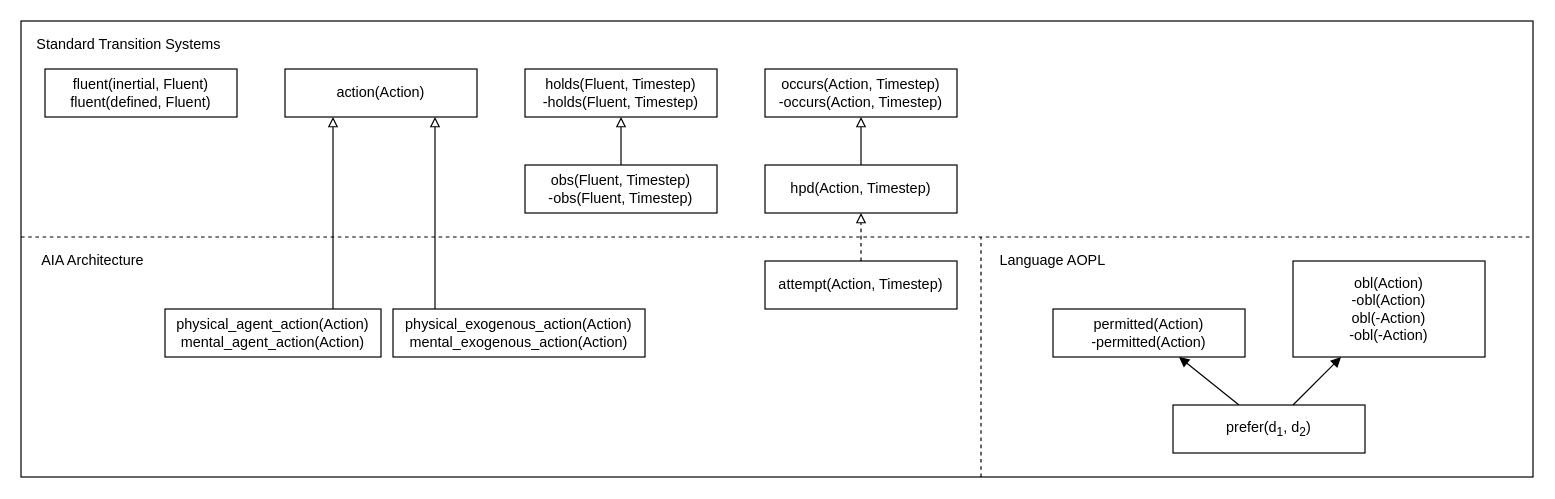
Entze/APIA keeps this draw.io diagram as Figures/APIA_Architecture/Predicate_Names.drawio. Above is the earlier version. Source tidied: cells renumbered, new cells numbered last; positions are measured from the earlier drawing's top-left corner, leaving out a move shared by most shapes. Both pictures are drawn from the tidied source at 120%, with x=0, y=0 at pixel (20, 20).
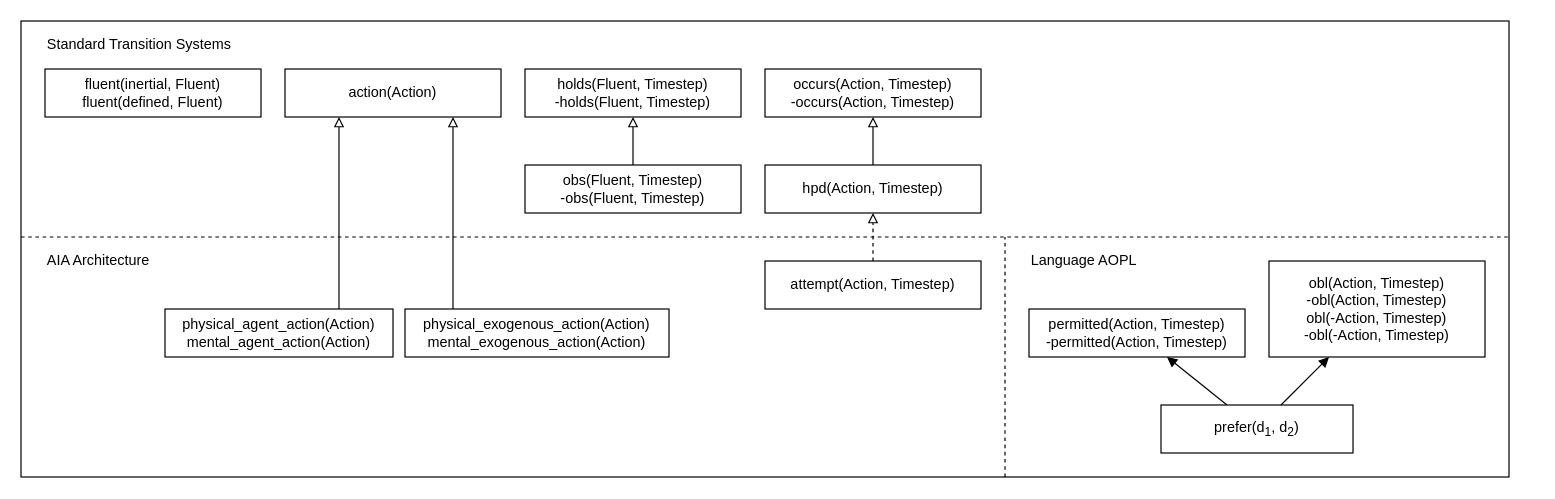
The same page after the edit.

Commit message:
Update 'Predicate_Names' figure

What changed in the source:
```diff
@@
     <mxCell id="2" style="rounded=0;whiteSpace=wrap;html=1;fillColor=none;" parent="1" vertex="1">
-      <mxGeometry width="1260" height="380" as="geometry" />
+      <mxGeometry width="1240" height="380" as="geometry" />
     </mxCell>
     <mxCell id="3" value="&lt;div&gt;occurs(Action, Timestep)&lt;/div&gt;&lt;div&gt;-occurs(Action, Timestep)&lt;/div&gt;" style="rounded=0;whiteSpace=wrap;html=1;" parent="1" vertex="1">
-      <mxGeometry x="620" y="40" width="160" height="40" as="geometry" />
+      <mxGeometry x="620" y="40" width="180" height="40" as="geometry" />
     </mxCell>
-    <mxCell id="4" value="&lt;div&gt;holds(Fluent, Timestep)&lt;/div&gt;&lt;div&gt;-holds(Fluent, Timestep)&lt;/div&gt;" style="rounded=0;whiteSpace=wrap;html=1;" parent="1" vertex="1">
-      <mxGeometry x="420" y="40" width="160" height="40" as="geometry" />
+    <mxCell id="4" value="&lt;div&gt;&lt;font&gt;holds(Fluent, Timestep)&lt;/font&gt;&lt;/div&gt;&lt;div&gt;&lt;font&gt;-holds(Fluent, Timestep)&lt;/font&gt;&lt;/div&gt;" style="rounded=0;whiteSpace=wrap;html=1;fontFamily=Helvetica;" parent="1" vertex="1">
+      <mxGeometry x="420" y="40" width="180" height="40" as="geometry" />
     </mxCell>
     <mxCell id="5" value="&lt;div&gt;obs(Fluent, Timestep)&lt;/div&gt;&lt;div&gt;-obs(Fluent, Timestep)&lt;/div&gt;" style="rounded=0;whiteSpace=wrap;html=1;" parent="1" vertex="1">
-      <mxGeometry x="420" y="120" width="160" height="40" as="geometry" />
+      <mxGeometry x="420" y="120" width="180" height="40" as="geometry" />
     </mxCell>
     <mxCell id="6" value="hpd(Action, Timestep)" style="rounded=0;whiteSpace=wrap;html=1;" parent="1" vertex="1">
-      <mxGeometry x="620" y="120" width="160" height="40" as="geometry" />
+      <mxGeometry x="620" y="120" width="180" height="40" as="geometry" />
     </mxCell>
@@
     <mxCell id="9" value="attempt(Action, Timestep)" style="rounded=0;whiteSpace=wrap;html=1;" parent="1" vertex="1">
-      <mxGeometry x="620" y="200" width="160" height="40" as="geometry" />
+      <mxGeometry x="620" y="200" width="180" height="40" as="geometry" />
     </mxCell>
@@
-    <mxCell id="12" value="&lt;div&gt;permitted(Action)&lt;/div&gt;&lt;div&gt;-permitted(Action)&lt;/div&gt;" style="rounded=0;whiteSpace=wrap;html=1;" parent="1" vertex="1">
-      <mxGeometry x="860" y="240" width="160" height="40" as="geometry" />
+    <mxCell id="12" value="&lt;div&gt;permitted(Action, Timestep)&lt;/div&gt;&lt;div&gt;-permitted(Action, Timestep)&lt;/div&gt;" style="rounded=0;whiteSpace=wrap;html=1;" parent="1" vertex="1">
+      <mxGeometry x="840" y="240" width="180" height="40" as="geometry" />
     </mxCell>
-    <mxCell id="13" value="&lt;div&gt;obl(Action)&lt;/div&gt;&lt;div&gt;-obl(Action)&lt;/div&gt;&lt;div&gt;obl(-Action)&lt;/div&gt;&lt;div&gt;-obl(-Action)&lt;/div&gt;" style="rounded=0;whiteSpace=wrap;html=1;" parent="1" vertex="1">
-      <mxGeometry x="1060" y="200" width="160" height="80" as="geometry" />
+    <mxCell id="13" value="&lt;div&gt;obl(Action, Timestep)&lt;/div&gt;&lt;div&gt;-obl(Action, Timestep)&lt;/div&gt;&lt;div&gt;obl(-Action, Timestep)&lt;/div&gt;&lt;div&gt;-obl(-Action, Timestep)&lt;/div&gt;" style="rounded=0;whiteSpace=wrap;html=1;" parent="1" vertex="1">
+      <mxGeometry x="1040" y="200" width="180" height="80" as="geometry" />
     </mxCell>
     <mxCell id="14" value="prefer(d&lt;sub&gt;1&lt;/sub&gt;, d&lt;sub&gt;2&lt;/sub&gt;)" style="rounded=0;whiteSpace=wrap;html=1;" parent="1" vertex="1">
-      <mxGeometry x="960" y="320" width="160" height="40" as="geometry" />
+      <mxGeometry x="950" y="320" width="160" height="40" as="geometry" />
     </mxCell>
@@
     <mxCell id="16" style="endArrow=none;dashed=1;html=1;" parent="1" edge="1">
       <mxGeometry relative="1" as="geometry">
-        <mxPoint x="800" y="380" as="sourcePoint" />
-        <mxPoint x="800" y="180" as="targetPoint" />
+        <mxPoint x="820" y="380" as="sourcePoint" />
+        <mxPoint x="820" y="180" as="targetPoint" />
       </mxGeometry>
     </mxCell>
-    <mxCell id="17" value="AIA Architecture" style="text;html=1;strokeColor=none;fillColor=none;align=center;verticalAlign=middle;whiteSpace=wrap;rounded=0;" parent="1" vertex="1">
-      <mxGeometry x="10" y="190" width="100" height="20" as="geometry" />
+    <mxCell id="17" value="AIA Architecture" style="text;html=1;strokeColor=none;fillColor=none;align=left;verticalAlign=middle;whiteSpace=wrap;rounded=0;" parent="1" vertex="1">
+      <mxGeometry x="20" y="190" width="100" height="20" as="geometry" />
     </mxCell>
-    <mxCell id="18" value="Language AOPL" style="text;html=1;strokeColor=none;fillColor=none;align=center;verticalAlign=middle;whiteSpace=wrap;rounded=0;" parent="1" vertex="1">
-      <mxGeometry x="810" y="190" width="100" height="20" as="geometry" />
+    <mxCell id="18" value="Language AOPL" style="text;html=1;strokeColor=none;fillColor=none;align=left;verticalAlign=middle;whiteSpace=wrap;rounded=0;" parent="1" vertex="1">
+      <mxGeometry x="840" y="190" width="100" height="20" as="geometry" />
     </mxCell>
     <mxCell id="19" style="endArrow=none;dashed=1;html=1;" parent="1" edge="1">
       <mxGeometry relative="1" as="geometry">
         <mxPoint y="180" as="sourcePoint" />
-        <mxPoint x="1260" y="180" as="targetPoint" />
+        <mxPoint x="1240" y="180" as="targetPoint" />
       </mxGeometry>
     </mxCell>
     <mxCell id="20" value="&lt;div&gt;fluent(inertial, Fluent)&lt;/div&gt;&lt;div&gt;fluent(defined, Fluent)&lt;br&gt;&lt;/div&gt;" style="rounded=0;whiteSpace=wrap;html=1;" parent="1" vertex="1">
-      <mxGeometry x="20" y="40" width="160" height="40" as="geometry" />
+      <mxGeometry x="20" y="40" width="180" height="40" as="geometry" />
     </mxCell>
@@
     <mxCell id="22" value="&lt;div&gt;physical_agent_action(Action)&lt;/div&gt;&lt;div&gt;mental_agent_action(Action)&lt;br&gt;&lt;/div&gt;" style="rounded=0;whiteSpace=wrap;html=1;" parent="1" vertex="1">
-      <mxGeometry x="120" y="240" width="180" height="40" as="geometry" />
+      <mxGeometry x="120" y="240" width="190" height="40" as="geometry" />
     </mxCell>
@@
     <mxCell id="24" value="&lt;div&gt;physical_exogenous_action(Action)&lt;/div&gt;&lt;div&gt;mental_exogenous_action(Action)&lt;br&gt;&lt;/div&gt;" style="rounded=0;whiteSpace=wrap;html=1;" parent="1" vertex="1">
-      <mxGeometry x="310" y="240" width="210" height="40" as="geometry" />
+      <mxGeometry x="320" y="240" width="220" height="40" as="geometry" />
     </mxCell>
     <mxCell id="25" value="action(Action)" style="rounded=0;whiteSpace=wrap;html=1;" parent="1" vertex="1">
-      <mxGeometry x="220" y="40" width="160" height="40" as="geometry" />
+      <mxGeometry x="220" y="40" width="180" height="40" as="geometry" />
     </mxCell>
-    <mxCell id="26" value="Standard Transition Systems" style="text;html=1;strokeColor=none;fillColor=none;align=center;verticalAlign=middle;whiteSpace=wrap;rounded=0;" parent="1" vertex="1">
-      <mxGeometry x="10" y="10" width="160" height="20" as="geometry" />
+    <mxCell id="26" value="Standard Transition Systems" style="text;html=1;strokeColor=none;fillColor=none;align=left;verticalAlign=middle;whiteSpace=wrap;rounded=0;" parent="1" vertex="1">
+      <mxGeometry x="20" y="10" width="180" height="20" as="geometry" />
     </mxCell>
```
